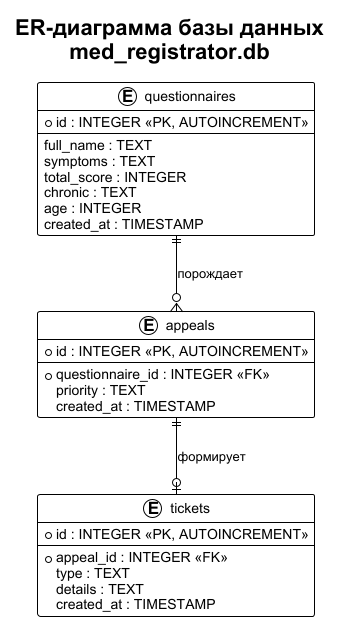
Earlier version of the PlantUML export docs/diagrams/er.png (Titan0zxc/med_registrator).
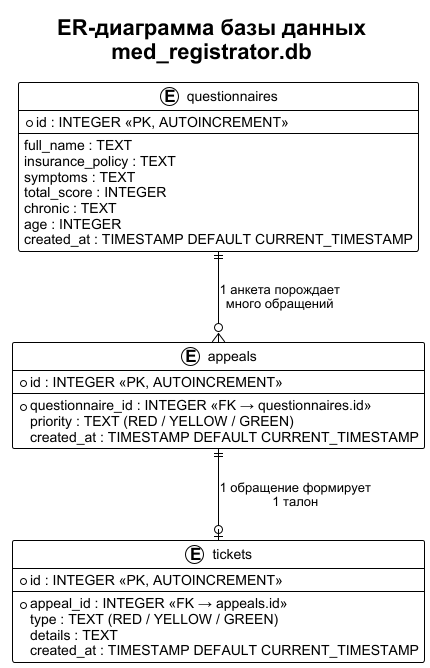
Above is the later version.

Diff of the diagram source:
```diff
@@ -8,30 +8,31 @@
     * id : INTEGER <<PK, AUTOINCREMENT>>
     --
     full_name : TEXT
+    insurance_policy : TEXT
     symptoms : TEXT
     total_score : INTEGER
     chronic : TEXT
     age : INTEGER
-    created_at : TIMESTAMP
+    created_at : TIMESTAMP DEFAULT CURRENT_TIMESTAMP
 }
 
 entity "appeals" as A {
     * id : INTEGER <<PK, AUTOINCREMENT>>
     --
-    * questionnaire_id : INTEGER <<FK>>
-    priority : TEXT
-    created_at : TIMESTAMP
+    * questionnaire_id : INTEGER <<FK → questionnaires.id>>
+    priority : TEXT (RED / YELLOW / GREEN)
+    created_at : TIMESTAMP DEFAULT CURRENT_TIMESTAMP
 }
 
 entity "tickets" as T {
     * id : INTEGER <<PK, AUTOINCREMENT>>
     --
-    * appeal_id : INTEGER <<FK>>
-    type : TEXT
+    * appeal_id : INTEGER <<FK → appeals.id>>
+    type : TEXT (RED / YELLOW / GREEN)
     details : TEXT
-    created_at : TIMESTAMP
+    created_at : TIMESTAMP DEFAULT CURRENT_TIMESTAMP
 }
 
-Q ||--o{ A : "порождает"
-A ||--o| T : "формирует"
+Q ||--o{ A : "1 анкета порождает\nмного обращений"
+A ||--o| T : "1 обращение формирует\n1 талон"
 @enduml
```
